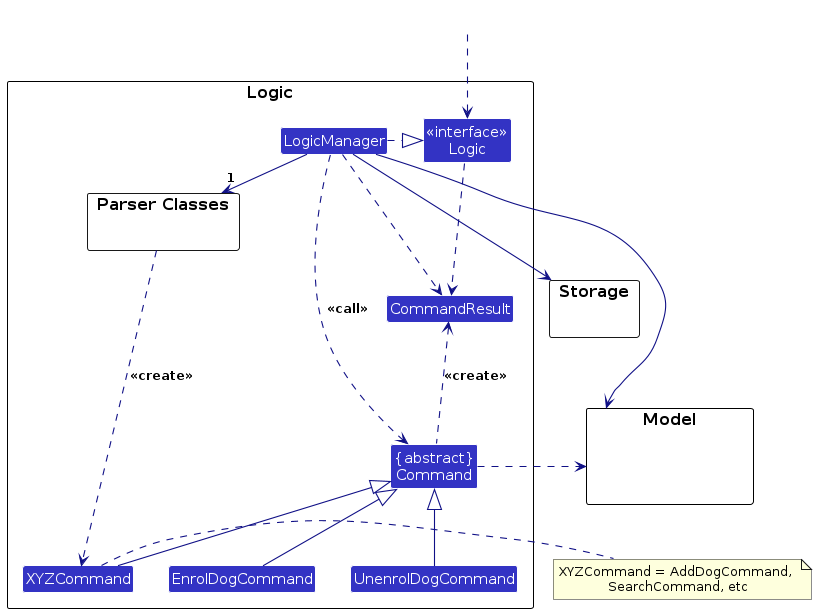
Above: diagrams/LogicClassDiagram.png in AY2627S1-CS2103T-T15-4/tp (PlantUML), before the change. Its source is kept beside it as diagrams/LogicClassDiagram.puml.
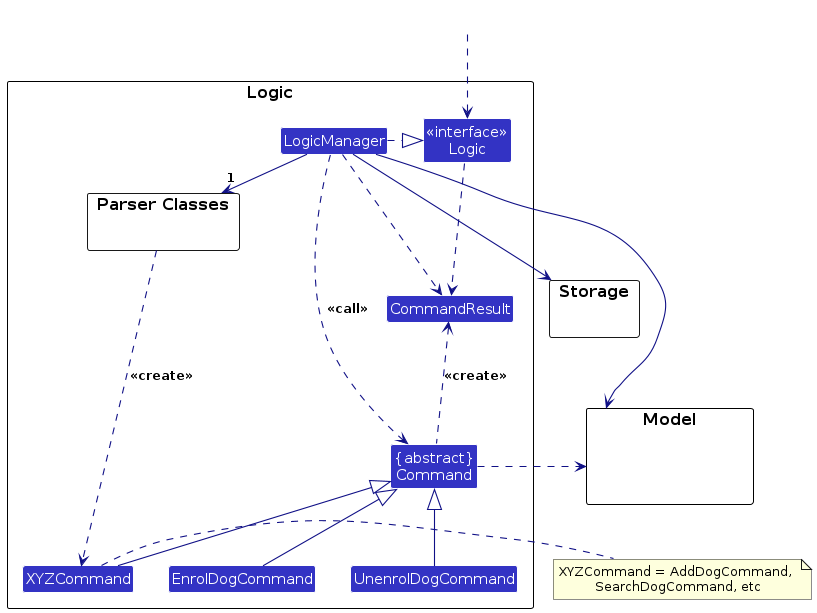
The same file after the commit.

Change to the diagram source:
```diff
@@ -43,7 +43,7 @@
 Storage --[hidden] Model
 Command .[hidden]up.> Storage
 Command .right.> Model
-note right of XYZCommand: XYZCommand = AddDogCommand, \nSearchCommand, etc
+note right of XYZCommand: XYZCommand = AddDogCommand, \nSearchDogCommand, etc
 
 Logic ..> CommandResult
 LogicManager .down.> CommandResult
```
